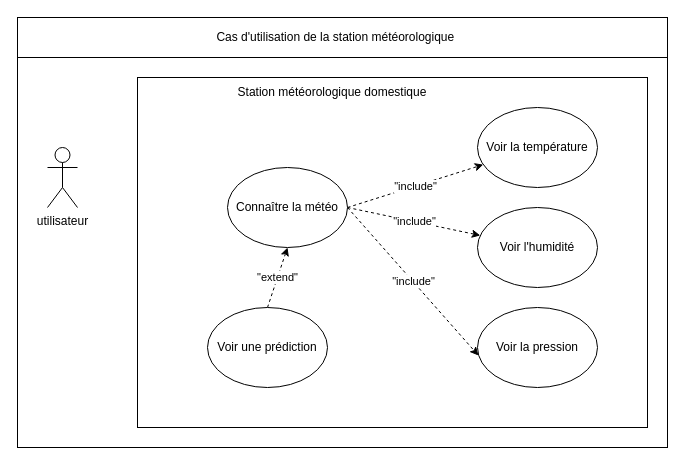
Before: CU.drawio in F3lixitas/projetMeteo, a draw.io diagram. Source tidied: cells renumbered, new cells numbered last; positions are measured from the earlier drawing's top-left corner, leaving out a move shared by most shapes. Both pictures are drawn from the tidied source at 100%, with x=0, y=0 at pixel (17, 17).
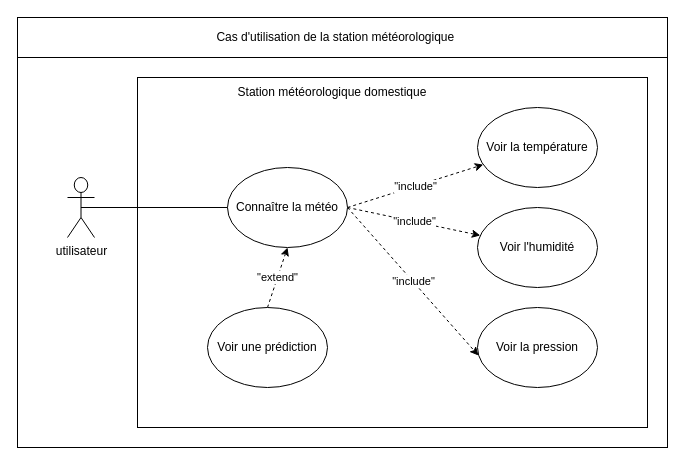
After the change.

The edit, as a diff of the source:
```diff
@@
 <mxGraphModel>
   <root>
     <mxCell id="0" />
     <mxCell id="1" parent="0" />
     <mxCell id="2" style="rounded=0;whiteSpace=wrap;html=1;" parent="1" vertex="1">
       <mxGeometry width="650" height="430" as="geometry" />
     </mxCell>
     <mxCell id="3" value="utilisateur" style="shape=umlActor;verticalLabelPosition=bottom;verticalAlign=top;html=1;outlineConnect=0;" parent="1" vertex="1">
-      <mxGeometry x="30" y="130" width="30" height="60" as="geometry" />
+      <mxGeometry x="50" y="160" width="27" height="60" as="geometry" />
     </mxCell>
     <mxCell id="4" style="rounded=0;whiteSpace=wrap;html=1;" parent="1" vertex="1">
       <mxGeometry x="120" y="60" width="510" height="350" as="geometry" />
     </mxCell>
     <mxCell id="5" value="Station météorologique domestique" style="text;html=1;strokeColor=none;fillColor=none;align=center;verticalAlign=middle;whiteSpace=wrap;rounded=0;" parent="1" vertex="1">
       <mxGeometry x="190" y="60" width="250" height="30" as="geometry" />
     </mxCell>
     <mxCell id="6" style="rounded=0;whiteSpace=wrap;html=1;" parent="1" vertex="1">
       <mxGeometry width="650" height="40" as="geometry" />
     </mxCell>
     <mxCell id="7" value="Cas d'utilisation de la station météorologique&amp;nbsp;" style="text;html=1;strokeColor=none;fillColor=none;align=center;verticalAlign=middle;whiteSpace=wrap;rounded=0;" parent="1" vertex="1">
       <mxGeometry y="5" width="640" height="30" as="geometry" />
     </mxCell>
     <mxCell id="8" value="&quot;include&quot;" style="rounded=0;jettySize=auto;html=1;exitX=1;exitY=0.5;exitDx=0;exitDy=0;dashed=1;" parent="1" edge="1" source="11" target="12">
       <mxGeometry relative="1" as="geometry" />
     </mxCell>
     <mxCell id="9" value="&quot;include&quot;" style="rounded=0;jettySize=auto;html=1;exitX=1;exitY=0.5;exitDx=0;exitDy=0;dashed=1;" parent="1" edge="1" source="11" target="13">
       <mxGeometry relative="1" as="geometry" />
     </mxCell>
     <mxCell id="10" value="&quot;include&quot;" style="rounded=0;jettySize=auto;html=1;exitX=1;exitY=0.5;exitDx=0;exitDy=0;entryX=0.008;entryY=0.6;entryDx=0;entryDy=0;entryPerimeter=0;dashed=1;" parent="1" edge="1" source="11" target="14">
       <mxGeometry relative="1" as="geometry" />
     </mxCell>
     <mxCell id="11" value="Connaître la météo" style="ellipse;whiteSpace=wrap;html=1;" parent="1" vertex="1">
       <mxGeometry x="210" y="150" width="120" height="80" as="geometry" />
     </mxCell>
     <mxCell id="12" value="Voir la température" style="ellipse;whiteSpace=wrap;html=1;" parent="1" vertex="1">
       <mxGeometry x="460" y="90" width="120" height="80" as="geometry" />
     </mxCell>
     <mxCell id="13" value="Voir l'humidité" style="ellipse;whiteSpace=wrap;html=1;" parent="1" vertex="1">
       <mxGeometry x="460" y="190" width="120" height="80" as="geometry" />
     </mxCell>
     <mxCell id="14" value="Voir la pression" style="ellipse;whiteSpace=wrap;html=1;" parent="1" vertex="1">
       <mxGeometry x="460" y="290" width="120" height="80" as="geometry" />
     </mxCell>
     <mxCell id="15" value="&quot;extend&quot;" style="rounded=0;jettySize=auto;html=1;exitX=0.5;exitY=0;exitDx=0;exitDy=0;entryX=0.5;entryY=1;entryDx=0;entryDy=0;dashed=1;" parent="1" edge="1" source="16" target="11">
       <mxGeometry relative="1" as="geometry" />
     </mxCell>
     <mxCell id="16" value="Voir une prédiction" style="ellipse;whiteSpace=wrap;html=1;" parent="1" vertex="1">
       <mxGeometry x="190" y="290" width="120" height="80" as="geometry" />
     </mxCell>
+    <mxCell id="17" style="edgeStyle=none;rounded=0;jettySize=auto;html=1;exitX=0.5;exitY=0.5;exitDx=0;exitDy=0;exitPerimeter=0;endArrow=none;endFill=0;" parent="1" edge="1" source="3" target="11">
+      <mxGeometry relative="1" as="geometry" />
+    </mxCell>
   </root>
 </mxGraphModel>
```
